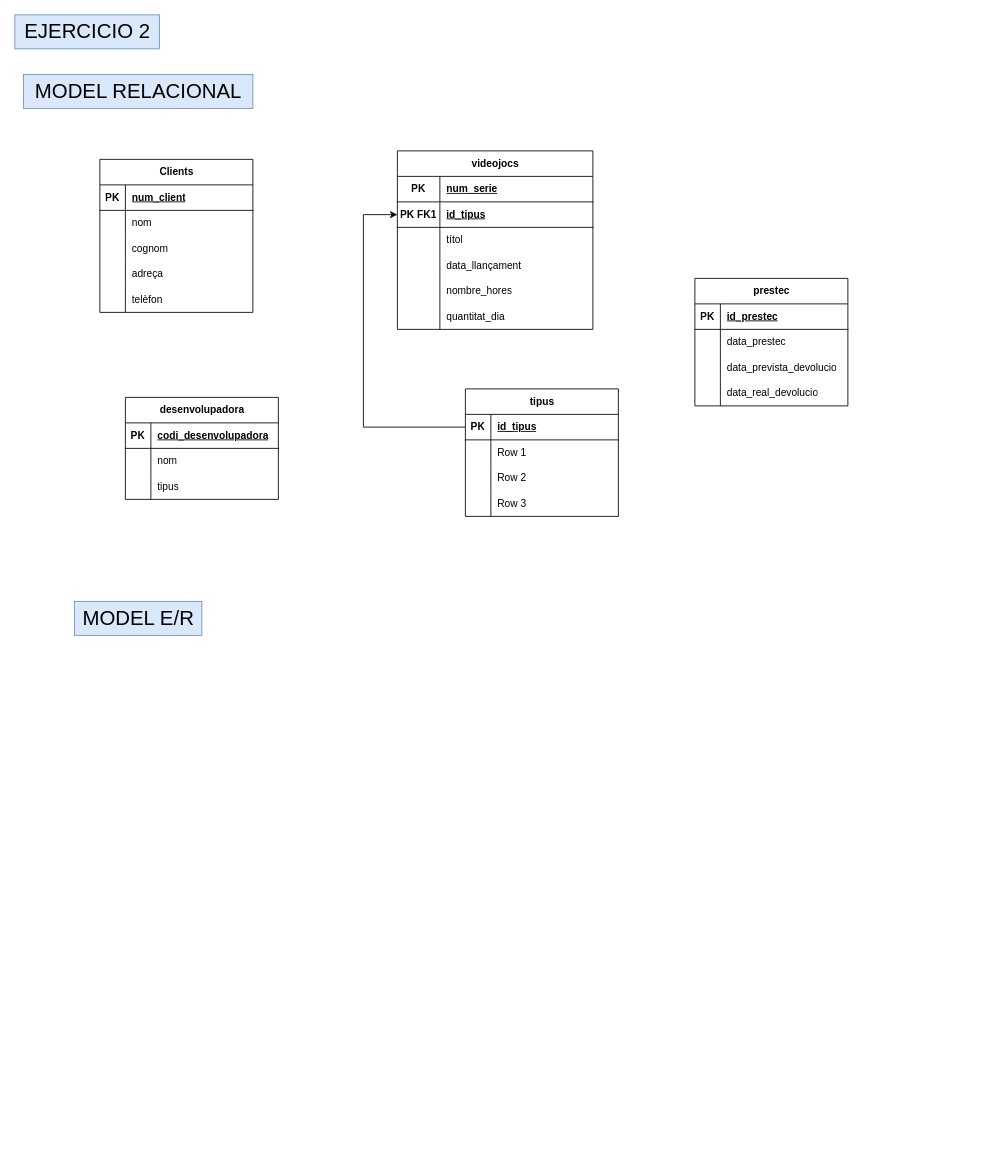
The draw.io diagram M02_RA6_act2.drawio in victor06-git/base_de_dades, before the edit. Source tidied: cells renumbered, new cells numbered last; positions are measured from the earlier drawing's top-left corner, leaving out a move shared by most shapes. Both pictures are drawn from the tidied source at 85%, with x=0, y=0 at pixel (14, 14).
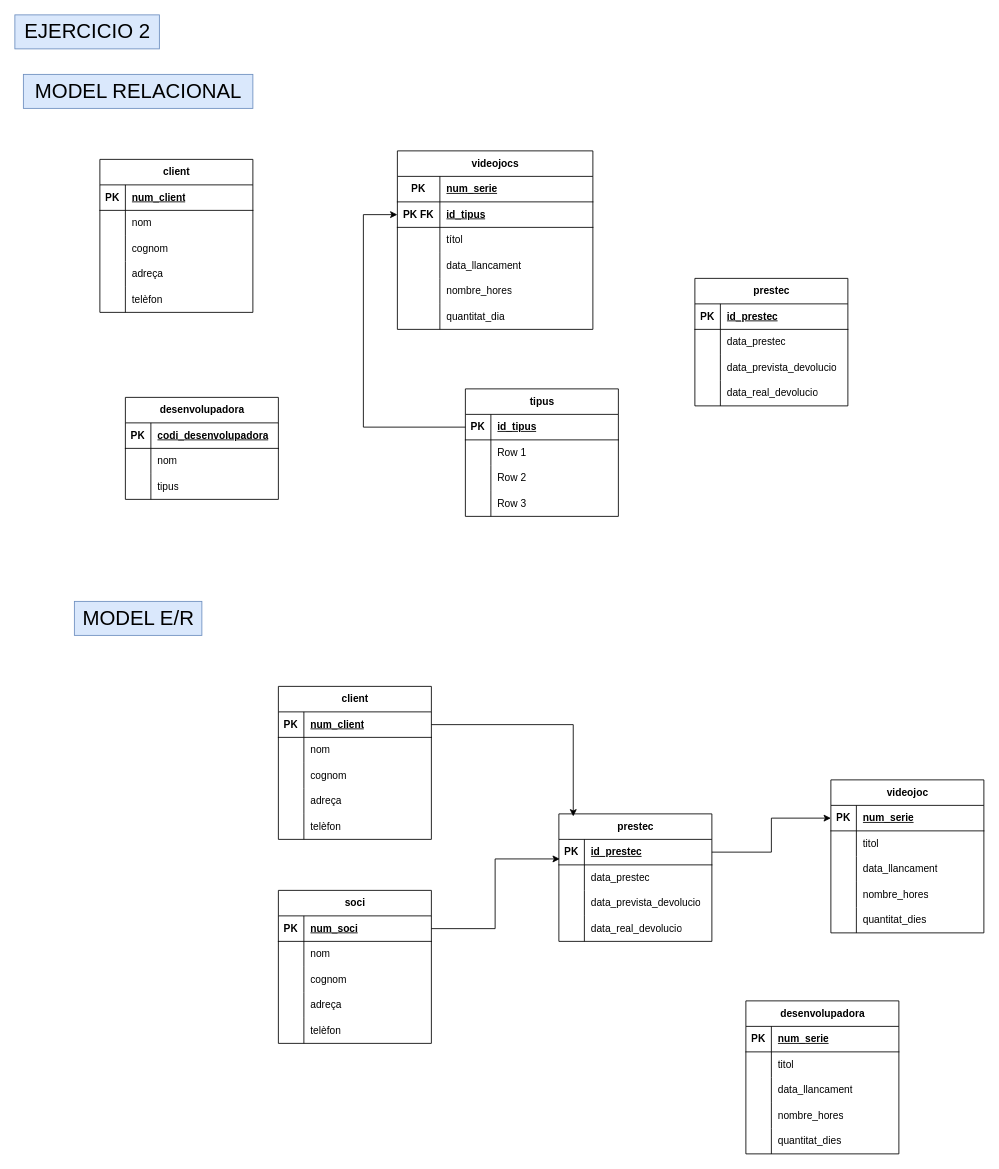
The same page after the edit.

The change refers to these unchanged cells:
```xml
<mxCell id="25" style="shape=tableRow;horizontal=0;startSize=0;swimlaneHead=0;swimlaneBody=0;fillColor=none;points=[[0,0.5],[1,0.5]];portConstraint=eastwest;top=0;left=0;right=0;bottom=1;" parent="21" vertex="1">
  <mxGeometry y="60" width="230" height="30" as="geometry" />
</mxCell>
<mxCell id="31" style="shape=tableRow;horizontal=0;startSize=0;swimlaneHead=0;swimlaneBody=0;fillColor=none;top=0;left=0;right=0;bottom=0;" parent="21" vertex="1">
  <mxGeometry y="120" width="230" height="30" as="geometry" />
</mxCell>
```

Change to the diagram source:
```diff
@@
-    <mxCell id="2" value="Clients" style="shape=table;startSize=30;childLayout=tableLayout;rowLines=0;fontStyle=1;align=center;html=1;" parent="1" vertex="1">
+    <mxCell id="2" value="client" style="shape=table;startSize=30;childLayout=tableLayout;rowLines=0;fontStyle=1;align=center;html=1;" parent="1" vertex="1">
       <mxGeometry x="100" y="170" width="180" height="180" as="geometry" />
     </mxCell>
@@
-    <mxCell id="26" value="PK FK1" style="shape=partialRectangle;fillColor=none;top=0;left=0;bottom=0;right=0;fontStyle=1;overflow=hidden;whiteSpace=wrap;html=1;" parent="25" vertex="1">
+    <mxCell id="26" value="PK FK" style="shape=partialRectangle;fillColor=none;top=0;left=0;bottom=0;right=0;fontStyle=1;overflow=hidden;whiteSpace=wrap;html=1;" parent="25" vertex="1">
       <mxGeometry width="50" height="30" as="geometry" />
     </mxCell>
@@
-    <mxCell id="33" value="data_llançament" style="shape=partialRectangle;fillColor=none;top=0;left=0;bottom=0;right=0;align=left;spacingLeft=6;overflow=hidden;whiteSpace=wrap;html=1;" parent="31" vertex="1">
+    <mxCell id="33" value="data_llancament" style="shape=partialRectangle;fillColor=none;top=0;left=0;bottom=0;right=0;align=left;spacingLeft=6;overflow=hidden;whiteSpace=wrap;html=1;" parent="31" vertex="1">
       <mxGeometry x="50" width="180" height="30" as="geometry" />
     </mxCell>
@@
+    <mxCell id="79" value="client" style="shape=table;startSize=30;childLayout=tableLayout;rowLines=0;fontStyle=1;align=center;html=1;" parent="1" vertex="1">
+      <mxGeometry x="310" y="790" width="180" height="180" as="geometry" />
+    </mxCell>
+    <mxCell id="80" style="shape=tableRow;horizontal=0;startSize=0;swimlaneHead=0;swimlaneBody=0;fillColor=none;points=[[0,0.5],[1,0.5]];portConstraint=eastwest;top=0;left=0;right=0;bottom=1;" parent="79" vertex="1">
+      <mxGeometry y="30" width="180" height="30" as="geometry" />
+    </mxCell>
+    <mxCell id="81" value="PK" style="shape=partialRectangle;fillColor=none;top=0;left=0;bottom=0;right=0;fontStyle=1;overflow=hidden;whiteSpace=wrap;html=1;" parent="80" vertex="1">
+      <mxGeometry width="30" height="30" as="geometry" />
+    </mxCell>
+    <mxCell id="82" value="num_client" style="shape=partialRectangle;fillColor=none;top=0;left=0;bottom=0;right=0;align=left;spacingLeft=6;fontStyle=5;overflow=hidden;whiteSpace=wrap;html=1;" parent="80" vertex="1">
+      <mxGeometry x="30" width="150" height="30" as="geometry" />
+    </mxCell>
+    <mxCell id="83" style="shape=tableRow;horizontal=0;startSize=0;swimlaneHead=0;swimlaneBody=0;fillColor=none;top=0;left=0;right=0;bottom=0;" parent="79" vertex="1">
+      <mxGeometry y="60" width="180" height="30" as="geometry" />
+    </mxCell>
+    <mxCell id="84" style="shape=partialRectangle;fillColor=none;top=0;left=0;bottom=0;right=0;overflow=hidden;whiteSpace=wrap;html=1;" parent="83" vertex="1">
+      <mxGeometry width="30" height="30" as="geometry" />
+    </mxCell>
+    <mxCell id="85" value="nom" style="shape=partialRectangle;fillColor=none;top=0;left=0;bottom=0;right=0;align=left;spacingLeft=6;overflow=hidden;whiteSpace=wrap;html=1;" parent="83" vertex="1">
+      <mxGeometry x="30" width="150" height="30" as="geometry" />
+    </mxCell>
+    <mxCell id="86" style="shape=tableRow;horizontal=0;startSize=0;swimlaneHead=0;swimlaneBody=0;fillColor=none;top=0;left=0;right=0;bottom=0;" parent="79" vertex="1">
+      <mxGeometry y="90" width="180" height="30" as="geometry" />
+    </mxCell>
+    <mxCell id="87" style="shape=partialRectangle;fillColor=none;top=0;left=0;bottom=0;right=0;overflow=hidden;whiteSpace=wrap;html=1;" parent="86" vertex="1">
+      <mxGeometry width="30" height="30" as="geometry" />
+    </mxCell>
+    <mxCell id="88" value="cognom" style="shape=partialRectangle;fillColor=none;top=0;left=0;bottom=0;right=0;align=left;spacingLeft=6;overflow=hidden;whiteSpace=wrap;html=1;" parent="86" vertex="1">
+      <mxGeometry x="30" width="150" height="30" as="geometry" />
+    </mxCell>
+    <mxCell id="89" style="shape=tableRow;horizontal=0;startSize=0;swimlaneHead=0;swimlaneBody=0;fillColor=none;top=0;left=0;right=0;bottom=0;" parent="79" vertex="1">
+      <mxGeometry y="120" width="180" height="30" as="geometry" />
+    </mxCell>
+    <mxCell id="90" style="shape=partialRectangle;fillColor=none;top=0;left=0;bottom=0;right=0;overflow=hidden;whiteSpace=wrap;html=1;" parent="89" vertex="1">
+      <mxGeometry width="30" height="30" as="geometry" />
+    </mxCell>
+    <mxCell id="91" value="adreça" style="shape=partialRectangle;fillColor=none;top=0;left=0;bottom=0;right=0;align=left;spacingLeft=6;overflow=hidden;whiteSpace=wrap;html=1;" parent="89" vertex="1">
+      <mxGeometry x="30" width="150" height="30" as="geometry" />
+    </mxCell>
+    <mxCell id="92" style="shape=tableRow;horizontal=0;startSize=0;swimlaneHead=0;swimlaneBody=0;fillColor=none;top=0;left=0;right=0;bottom=0;" parent="79" vertex="1">
+      <mxGeometry y="150" width="180" height="30" as="geometry" />
+    </mxCell>
+    <mxCell id="93" style="shape=partialRectangle;fillColor=none;top=0;left=0;bottom=0;right=0;overflow=hidden;whiteSpace=wrap;html=1;" parent="92" vertex="1">
+      <mxGeometry width="30" height="30" as="geometry" />
+    </mxCell>
+    <mxCell id="94" value="telèfon" style="shape=partialRectangle;fillColor=none;top=0;left=0;bottom=0;right=0;align=left;spacingLeft=6;overflow=hidden;whiteSpace=wrap;html=1;" parent="92" vertex="1">
+      <mxGeometry x="30" width="150" height="30" as="geometry" />
+    </mxCell>
+    <mxCell id="95" value="soci" style="shape=table;startSize=30;childLayout=tableLayout;rowLines=0;fontStyle=1;align=center;html=1;" parent="1" vertex="1">
+      <mxGeometry x="310" y="1030" width="180" height="180" as="geometry" />
+    </mxCell>
+    <mxCell id="96" style="shape=tableRow;horizontal=0;startSize=0;swimlaneHead=0;swimlaneBody=0;fillColor=none;points=[[0,0.5],[1,0.5]];portConstraint=eastwest;top=0;left=0;right=0;bottom=1;" parent="95" vertex="1">
+      <mxGeometry y="30" width="180" height="30" as="geometry" />
+    </mxCell>
+    <mxCell id="97" value="PK" style="shape=partialRectangle;fillColor=none;top=0;left=0;bottom=0;right=0;fontStyle=1;overflow=hidden;whiteSpace=wrap;html=1;" parent="96" vertex="1">
+      <mxGeometry width="30" height="30" as="geometry" />
+    </mxCell>
+    <mxCell id="98" value="num_soci" style="shape=partialRectangle;fillColor=none;top=0;left=0;bottom=0;right=0;align=left;spacingLeft=6;fontStyle=5;overflow=hidden;whiteSpace=wrap;html=1;" parent="96" vertex="1">
+      <mxGeometry x="30" width="150" height="30" as="geometry" />
+    </mxCell>
+    <mxCell id="99" style="shape=tableRow;horizontal=0;startSize=0;swimlaneHead=0;swimlaneBody=0;fillColor=none;top=0;left=0;right=0;bottom=0;" parent="95" vertex="1">
+      <mxGeometry y="60" width="180" height="30" as="geometry" />
+    </mxCell>
+    <mxCell id="100" style="shape=partialRectangle;fillColor=none;top=0;left=0;bottom=0;right=0;overflow=hidden;whiteSpace=wrap;html=1;" parent="99" vertex="1">
+      <mxGeometry width="30" height="30" as="geometry" />
+    </mxCell>
+    <mxCell id="101" value="nom" style="shape=partialRectangle;fillColor=none;top=0;left=0;bottom=0;right=0;align=left;spacingLeft=6;overflow=hidden;whiteSpace=wrap;html=1;" parent="99" vertex="1">
+      <mxGeometry x="30" width="150" height="30" as="geometry" />
+    </mxCell>
+    <mxCell id="102" style="shape=tableRow;horizontal=0;startSize=0;swimlaneHead=0;swimlaneBody=0;fillColor=none;top=0;left=0;right=0;bottom=0;" parent="95" vertex="1">
+      <mxGeometry y="90" width="180" height="30" as="geometry" />
+    </mxCell>
+    <mxCell id="103" style="shape=partialRectangle;fillColor=none;top=0;left=0;bottom=0;right=0;overflow=hidden;whiteSpace=wrap;html=1;" parent="102" vertex="1">
+      <mxGeometry width="30" height="30" as="geometry" />
+    </mxCell>
+    <mxCell id="104" value="cognom" style="shape=partialRectangle;fillColor=none;top=0;left=0;bottom=0;right=0;align=left;spacingLeft=6;overflow=hidden;whiteSpace=wrap;html=1;" parent="102" vertex="1">
+      <mxGeometry x="30" width="150" height="30" as="geometry" />
+    </mxCell>
+    <mxCell id="105" style="shape=tableRow;horizontal=0;startSize=0;swimlaneHead=0;swimlaneBody=0;fillColor=none;top=0;left=0;right=0;bottom=0;" parent="95" vertex="1">
+      <mxGeometry y="120" width="180" height="30" as="geometry" />
+    </mxCell>
+    <mxCell id="106" style="shape=partialRectangle;fillColor=none;top=0;left=0;bottom=0;right=0;overflow=hidden;whiteSpace=wrap;html=1;" parent="105" vertex="1">
+      <mxGeometry width="30" height="30" as="geometry" />
+    </mxCell>
+    <mxCell id="107" value="adreça" style="shape=partialRectangle;fillColor=none;top=0;left=0;bottom=0;right=0;align=left;spacingLeft=6;overflow=hidden;whiteSpace=wrap;html=1;" parent="105" vertex="1">
+      <mxGeometry x="30" width="150" height="30" as="geometry" />
+    </mxCell>
+    <mxCell id="108" style="shape=tableRow;horizontal=0;startSize=0;swimlaneHead=0;swimlaneBody=0;fillColor=none;top=0;left=0;right=0;bottom=0;" parent="95" vertex="1">
+      <mxGeometry y="150" width="180" height="30" as="geometry" />
+    </mxCell>
+    <mxCell id="109" style="shape=partialRectangle;fillColor=none;top=0;left=0;bottom=0;right=0;overflow=hidden;whiteSpace=wrap;html=1;" parent="108" vertex="1">
+      <mxGeometry width="30" height="30" as="geometry" />
+    </mxCell>
+    <mxCell id="110" value="telèfon" style="shape=partialRectangle;fillColor=none;top=0;left=0;bottom=0;right=0;align=left;spacingLeft=6;overflow=hidden;whiteSpace=wrap;html=1;" parent="108" vertex="1">
+      <mxGeometry x="30" width="150" height="30" as="geometry" />
+    </mxCell>
+    <mxCell id="111" value="videojoc" style="shape=table;startSize=30;childLayout=tableLayout;rowLines=0;fontStyle=1;align=center;html=1;" parent="1" vertex="1">
+      <mxGeometry x="960" y="900" width="180" height="180" as="geometry" />
+    </mxCell>
+    <mxCell id="112" style="shape=tableRow;horizontal=0;startSize=0;swimlaneHead=0;swimlaneBody=0;fillColor=none;points=[[0,0.5],[1,0.5]];portConstraint=eastwest;top=0;left=0;right=0;bottom=1;" parent="111" vertex="1">
+      <mxGeometry y="30" width="180" height="30" as="geometry" />
+    </mxCell>
+    <mxCell id="113" value="PK" style="shape=partialRectangle;fillColor=none;top=0;left=0;bottom=0;right=0;fontStyle=1;overflow=hidden;whiteSpace=wrap;html=1;" parent="112" vertex="1">
+      <mxGeometry width="30" height="30" as="geometry" />
+    </mxCell>
+    <mxCell id="114" value="num_serie" style="shape=partialRectangle;fillColor=none;top=0;left=0;bottom=0;right=0;align=left;spacingLeft=6;fontStyle=5;overflow=hidden;whiteSpace=wrap;html=1;" parent="112" vertex="1">
+      <mxGeometry x="30" width="150" height="30" as="geometry" />
+    </mxCell>
+    <mxCell id="115" style="shape=tableRow;horizontal=0;startSize=0;swimlaneHead=0;swimlaneBody=0;fillColor=none;top=0;left=0;right=0;bottom=0;" parent="111" vertex="1">
+      <mxGeometry y="60" width="180" height="30" as="geometry" />
+    </mxCell>
+    <mxCell id="116" style="shape=partialRectangle;fillColor=none;top=0;left=0;bottom=0;right=0;overflow=hidden;whiteSpace=wrap;html=1;" parent="115" vertex="1">
+      <mxGeometry width="30" height="30" as="geometry" />
+    </mxCell>
+    <mxCell id="117" value="titol" style="shape=partialRectangle;fillColor=none;top=0;left=0;bottom=0;right=0;align=left;spacingLeft=6;overflow=hidden;whiteSpace=wrap;html=1;" parent="115" vertex="1">
+      <mxGeometry x="30" width="150" height="30" as="geometry" />
+    </mxCell>
+    <mxCell id="118" style="shape=tableRow;horizontal=0;startSize=0;swimlaneHead=0;swimlaneBody=0;fillColor=none;top=0;left=0;right=0;bottom=0;" parent="111" vertex="1">
+      <mxGeometry y="90" width="180" height="30" as="geometry" />
+    </mxCell>
+    <mxCell id="119" style="shape=partialRectangle;fillColor=none;top=0;left=0;bottom=0;right=0;overflow=hidden;whiteSpace=wrap;html=1;" parent="118" vertex="1">
+      <mxGeometry width="30" height="30" as="geometry" />
+    </mxCell>
+    <mxCell id="120" value="data_llancament" style="shape=partialRectangle;fillColor=none;top=0;left=0;bottom=0;right=0;align=left;spacingLeft=6;overflow=hidden;whiteSpace=wrap;html=1;" parent="118" vertex="1">
+      <mxGeometry x="30" width="150" height="30" as="geometry" />
+    </mxCell>
+    <mxCell id="121" style="shape=tableRow;horizontal=0;startSize=0;swimlaneHead=0;swimlaneBody=0;fillColor=none;top=0;left=0;right=0;bottom=0;" parent="111" vertex="1">
+      <mxGeometry y="120" width="180" height="30" as="geometry" />
+    </mxCell>
+    <mxCell id="122" style="shape=partialRectangle;fillColor=none;top=0;left=0;bottom=0;right=0;overflow=hidden;whiteSpace=wrap;html=1;" parent="121" vertex="1">
+      <mxGeometry width="30" height="30" as="geometry" />
+    </mxCell>
+    <mxCell id="123" value="nombre_hores" style="shape=partialRectangle;fillColor=none;top=0;left=0;bottom=0;right=0;align=left;spacingLeft=6;overflow=hidden;whiteSpace=wrap;html=1;" parent="121" vertex="1">
+      <mxGeometry x="30" width="150" height="30" as="geometry" />
+    </mxCell>
+    <mxCell id="124" style="shape=tableRow;horizontal=0;startSize=0;swimlaneHead=0;swimlaneBody=0;fillColor=none;top=0;left=0;right=0;bottom=0;" parent="111" vertex="1">
+      <mxGeometry y="150" width="180" height="30" as="geometry" />
+    </mxCell>
+    <mxCell id="125" style="shape=partialRectangle;fillColor=none;top=0;left=0;bottom=0;right=0;overflow=hidden;whiteSpace=wrap;html=1;" parent="124" vertex="1">
+      <mxGeometry width="30" height="30" as="geometry" />
+    </mxCell>
+    <mxCell id="126" value="quantitat_dies" style="shape=partialRectangle;fillColor=none;top=0;left=0;bottom=0;right=0;align=left;spacingLeft=6;overflow=hidden;whiteSpace=wrap;html=1;" parent="124" vertex="1">
+      <mxGeometry x="30" width="150" height="30" as="geometry" />
+    </mxCell>
+    <mxCell id="127" value="prestec" style="shape=table;startSize=30;childLayout=tableLayout;rowLines=0;fontStyle=1;align=center;html=1;" parent="1" vertex="1">
+      <mxGeometry x="640" y="940" width="180" height="150" as="geometry" />
+    </mxCell>
+    <mxCell id="128" style="shape=tableRow;horizontal=0;startSize=0;swimlaneHead=0;swimlaneBody=0;fillColor=none;points=[[0,0.5],[1,0.5]];portConstraint=eastwest;top=0;left=0;right=0;bottom=1;" parent="127" vertex="1">
+      <mxGeometry y="30" width="180" height="30" as="geometry" />
+    </mxCell>
+    <mxCell id="129" value="PK" style="shape=partialRectangle;fillColor=none;top=0;left=0;bottom=0;right=0;fontStyle=1;overflow=hidden;whiteSpace=wrap;html=1;" parent="128" vertex="1">
+      <mxGeometry width="30" height="30" as="geometry" />
+    </mxCell>
+    <mxCell id="130" value="id_prestec" style="shape=partialRectangle;fillColor=none;top=0;left=0;bottom=0;right=0;align=left;spacingLeft=6;fontStyle=5;overflow=hidden;whiteSpace=wrap;html=1;" parent="128" vertex="1">
+      <mxGeometry x="30" width="150" height="30" as="geometry" />
+    </mxCell>
+    <mxCell id="131" style="shape=tableRow;horizontal=0;startSize=0;swimlaneHead=0;swimlaneBody=0;fillColor=none;top=0;left=0;right=0;bottom=0;" parent="127" vertex="1">
+      <mxGeometry y="60" width="180" height="30" as="geometry" />
+    </mxCell>
+    <mxCell id="132" style="shape=partialRectangle;fillColor=none;top=0;left=0;bottom=0;right=0;overflow=hidden;whiteSpace=wrap;html=1;" parent="131" vertex="1">
+      <mxGeometry width="30" height="30" as="geometry" />
+    </mxCell>
+    <mxCell id="133" value="data_prestec" style="shape=partialRectangle;fillColor=none;top=0;left=0;bottom=0;right=0;align=left;spacingLeft=6;overflow=hidden;whiteSpace=wrap;html=1;" parent="131" vertex="1">
+      <mxGeometry x="30" width="150" height="30" as="geometry" />
+    </mxCell>
+    <mxCell id="134" style="shape=tableRow;horizontal=0;startSize=0;swimlaneHead=0;swimlaneBody=0;fillColor=none;top=0;left=0;right=0;bottom=0;" parent="127" vertex="1">
+      <mxGeometry y="90" width="180" height="30" as="geometry" />
+    </mxCell>
+    <mxCell id="135" style="shape=partialRectangle;fillColor=none;top=0;left=0;bottom=0;right=0;overflow=hidden;whiteSpace=wrap;html=1;" parent="134" vertex="1">
+      <mxGeometry width="30" height="30" as="geometry" />
+    </mxCell>
+    <mxCell id="136" value="data_prevista_devolucio" style="shape=partialRectangle;fillColor=none;top=0;left=0;bottom=0;right=0;align=left;spacingLeft=6;overflow=hidden;whiteSpace=wrap;html=1;" parent="134" vertex="1">
+      <mxGeometry x="30" width="150" height="30" as="geometry" />
+    </mxCell>
+    <mxCell id="137" style="shape=tableRow;horizontal=0;startSize=0;swimlaneHead=0;swimlaneBody=0;fillColor=none;top=0;left=0;right=0;bottom=0;" parent="127" vertex="1">
+      <mxGeometry y="120" width="180" height="30" as="geometry" />
+    </mxCell>
+    <mxCell id="138" style="shape=partialRectangle;fillColor=none;top=0;left=0;bottom=0;right=0;overflow=hidden;whiteSpace=wrap;html=1;" parent="137" vertex="1">
+      <mxGeometry width="30" height="30" as="geometry" />
+    </mxCell>
+    <mxCell id="139" value="data_real_devolucio" style="shape=partialRectangle;fillColor=none;top=0;left=0;bottom=0;right=0;align=left;spacingLeft=6;overflow=hidden;whiteSpace=wrap;html=1;" parent="137" vertex="1">
+      <mxGeometry x="30" width="150" height="30" as="geometry" />
+    </mxCell>
+    <mxCell id="140" style="edgeStyle=orthogonalEdgeStyle;rounded=0;jettySize=auto;html=1;exitX=1;exitY=0.5;exitDx=0;exitDy=0;entryX=0.094;entryY=0.02;entryDx=0;entryDy=0;entryPerimeter=0;" parent="1" edge="1" source="80" target="127">
+      <mxGeometry relative="1" as="geometry" />
+    </mxCell>
+    <mxCell id="141" style="edgeStyle=orthogonalEdgeStyle;rounded=0;jettySize=auto;html=1;exitX=1;exitY=0.5;exitDx=0;exitDy=0;entryX=0.006;entryY=0.767;entryDx=0;entryDy=0;entryPerimeter=0;" parent="1" edge="1" source="96" target="128">
+      <mxGeometry relative="1" as="geometry" />
+    </mxCell>
+    <mxCell id="142" style="edgeStyle=orthogonalEdgeStyle;rounded=0;jettySize=auto;html=1;exitX=1;exitY=0.5;exitDx=0;exitDy=0;entryX=0;entryY=0.5;entryDx=0;entryDy=0;" parent="1" edge="1" source="128" target="112">
+      <mxGeometry relative="1" as="geometry" />
+    </mxCell>
+    <mxCell id="143" value="desenvolupadora" style="shape=table;startSize=30;childLayout=tableLayout;rowLines=0;fontStyle=1;align=center;html=1;" parent="1" vertex="1">
+      <mxGeometry x="860" y="1160" width="180" height="180" as="geometry" />
+    </mxCell>
+    <mxCell id="144" style="shape=tableRow;horizontal=0;startSize=0;swimlaneHead=0;swimlaneBody=0;fillColor=none;top=0;left=0;right=0;bottom=1;" parent="143" vertex="1">
+      <mxGeometry y="30" width="180" height="30" as="geometry" />
+    </mxCell>
+    <mxCell id="145" value="PK" style="shape=partialRectangle;fillColor=none;top=0;left=0;bottom=0;right=0;fontStyle=1;overflow=hidden;whiteSpace=wrap;html=1;" parent="144" vertex="1">
+      <mxGeometry width="30" height="30" as="geometry" />
+    </mxCell>
+    <mxCell id="146" value="num_serie" style="shape=partialRectangle;fillColor=none;top=0;left=0;bottom=0;right=0;align=left;spacingLeft=6;fontStyle=5;overflow=hidden;whiteSpace=wrap;html=1;" parent="144" vertex="1">
+      <mxGeometry x="30" width="150" height="30" as="geometry" />
+    </mxCell>
+    <mxCell id="147" style="shape=tableRow;horizontal=0;startSize=0;swimlaneHead=0;swimlaneBody=0;fillColor=none;top=0;left=0;right=0;bottom=0;" parent="143" vertex="1">
+      <mxGeometry y="60" width="180" height="30" as="geometry" />
+    </mxCell>
+    <mxCell id="148" style="shape=partialRectangle;fillColor=none;top=0;left=0;bottom=0;right=0;overflow=hidden;whiteSpace=wrap;html=1;" parent="147" vertex="1">
+      <mxGeometry width="30" height="30" as="geometry" />
+    </mxCell>
+    <mxCell id="149" value="titol" style="shape=partialRectangle;fillColor=none;top=0;left=0;bottom=0;right=0;align=left;spacingLeft=6;overflow=hidden;whiteSpace=wrap;html=1;" parent="147" vertex="1">
+      <mxGeometry x="30" width="150" height="30" as="geometry" />
+    </mxCell>
+    <mxCell id="150" style="shape=tableRow;horizontal=0;startSize=0;swimlaneHead=0;swimlaneBody=0;fillColor=none;top=0;left=0;right=0;bottom=0;" parent="143" vertex="1">
+      <mxGeometry y="90" width="180" height="30" as="geometry" />
+    </mxCell>
+    <mxCell id="151" style="shape=partialRectangle;fillColor=none;top=0;left=0;bottom=0;right=0;overflow=hidden;whiteSpace=wrap;html=1;" parent="150" vertex="1">
+      <mxGeometry width="30" height="30" as="geometry" />
+    </mxCell>
+    <mxCell id="152" value="data_llancament" style="shape=partialRectangle;fillColor=none;top=0;left=0;bottom=0;right=0;align=left;spacingLeft=6;overflow=hidden;whiteSpace=wrap;html=1;" parent="150" vertex="1">
+      <mxGeometry x="30" width="150" height="30" as="geometry" />
+    </mxCell>
+    <mxCell id="153" style="shape=tableRow;horizontal=0;startSize=0;swimlaneHead=0;swimlaneBody=0;fillColor=none;top=0;left=0;right=0;bottom=0;" parent="143" vertex="1">
+      <mxGeometry y="120" width="180" height="30" as="geometry" />
+    </mxCell>
+    <mxCell id="154" style="shape=partialRectangle;fillColor=none;top=0;left=0;bottom=0;right=0;overflow=hidden;whiteSpace=wrap;html=1;" parent="153" vertex="1">
+      <mxGeometry width="30" height="30" as="geometry" />
+    </mxCell>
+    <mxCell id="155" value="nombre_hores" style="shape=partialRectangle;fillColor=none;top=0;left=0;bottom=0;right=0;align=left;spacingLeft=6;overflow=hidden;whiteSpace=wrap;html=1;" parent="153" vertex="1">
+      <mxGeometry x="30" width="150" height="30" as="geometry" />
+    </mxCell>
+    <mxCell id="156" style="shape=tableRow;horizontal=0;startSize=0;swimlaneHead=0;swimlaneBody=0;fillColor=none;top=0;left=0;right=0;bottom=0;" parent="143" vertex="1">
+      <mxGeometry y="150" width="180" height="30" as="geometry" />
+    </mxCell>
+    <mxCell id="157" style="shape=partialRectangle;fillColor=none;top=0;left=0;bottom=0;right=0;overflow=hidden;whiteSpace=wrap;html=1;" parent="156" vertex="1">
+      <mxGeometry width="30" height="30" as="geometry" />
+    </mxCell>
+    <mxCell id="158" value="quantitat_dies" style="shape=partialRectangle;fillColor=none;top=0;left=0;bottom=0;right=0;align=left;spacingLeft=6;overflow=hidden;whiteSpace=wrap;html=1;" parent="156" vertex="1">
+      <mxGeometry x="30" width="150" height="30" as="geometry" />
+    </mxCell>
```
